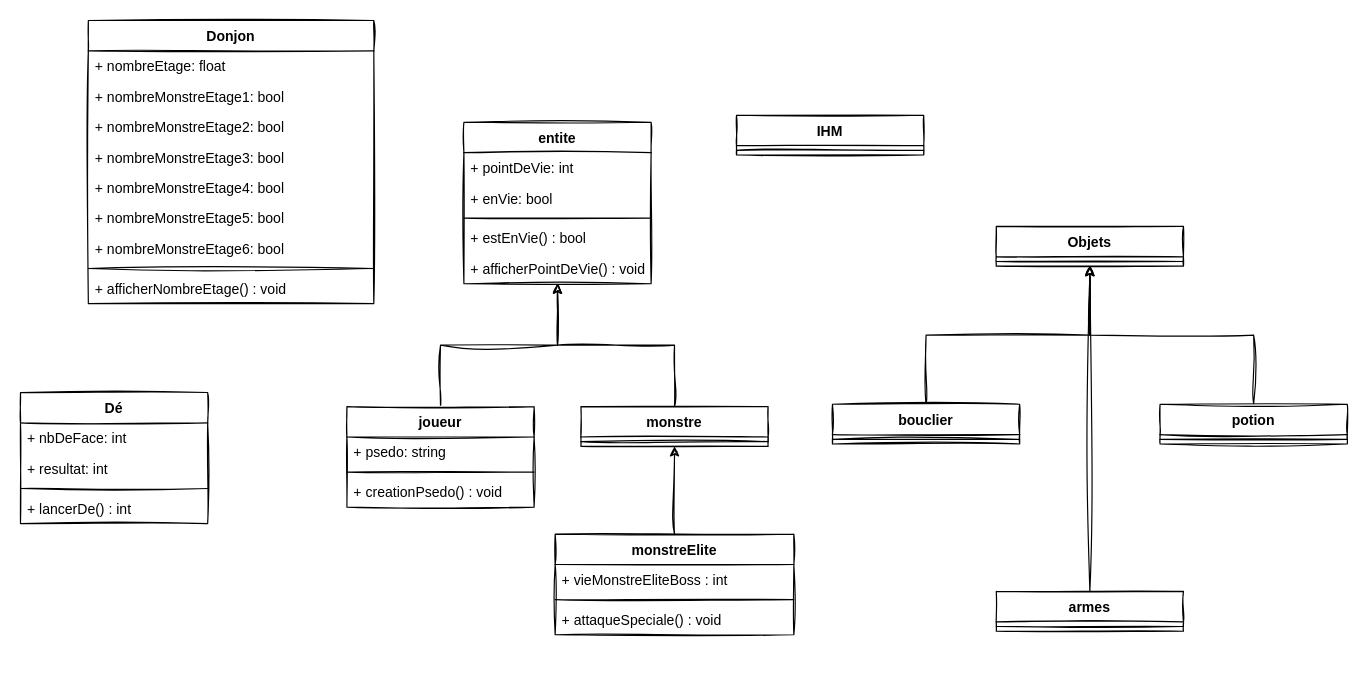
SimplementJohn/DungeonDragonTextual keeps this draw.io diagram as DungeonDragonTextual/diagramme.drawio. Above is the earlier version. Source tidied: cells renumbered, new cells numbered last; positions are measured from the earlier drawing's top-left corner, leaving out a move shared by most shapes. Both pictures are drawn from the tidied source at 117%, with x=0, y=0 at pixel (20, 20).
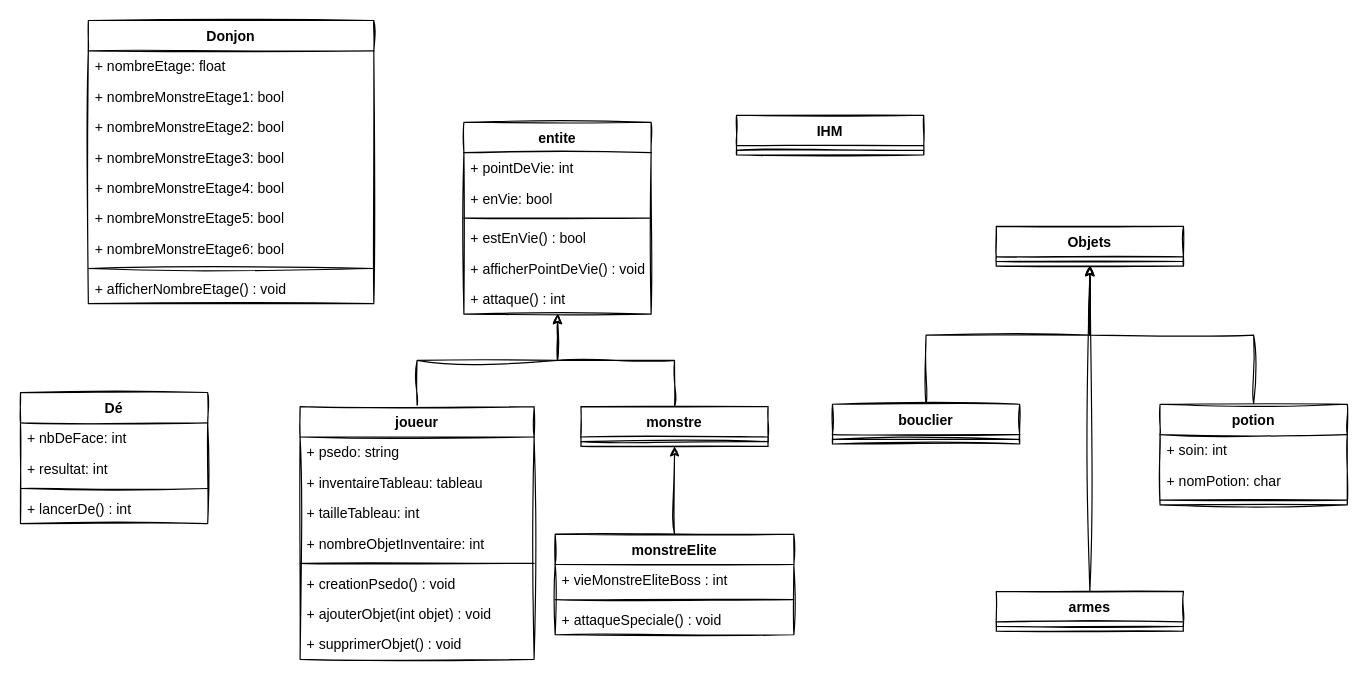
The same page after the edit.

Diff of the diagram source:
```diff
@@
     <mxCell id="3" value="joueur" style="swimlane;fontStyle=1;align=center;verticalAlign=top;horizontal=1;startSize=26;rounded=0;sketch=1;" parent="1" vertex="1">
-      <mxGeometry x="279" y="330" width="160" height="86" as="geometry" />
+      <mxGeometry x="239" y="330" width="200" height="216" as="geometry" />
     </mxCell>
     <mxCell id="4" value="+ psedo: string" style="text;strokeColor=none;fillColor=none;align=left;verticalAlign=top;spacingLeft=4;spacingRight=4;overflow=hidden;rounded=0;sketch=1;" parent="3" vertex="1">
-      <mxGeometry y="26" width="160" height="26" as="geometry" />
+      <mxGeometry y="26" width="200" height="26" as="geometry" />
     </mxCell>
+    <mxCell id="49" value="+ inventaireTableau: tableau&#10;" style="text;strokeColor=none;fillColor=none;align=left;verticalAlign=top;spacingLeft=4;spacingRight=4;overflow=hidden;rounded=0;sketch=1;" parent="3" vertex="1">
+      <mxGeometry y="52" width="200" height="26" as="geometry" />
+    </mxCell>
+    <mxCell id="50" value="+ tailleTableau: int&#10;" style="text;strokeColor=none;fillColor=none;align=left;verticalAlign=top;spacingLeft=4;spacingRight=4;overflow=hidden;rounded=0;sketch=1;" parent="3" vertex="1">
+      <mxGeometry y="78" width="200" height="26" as="geometry" />
+    </mxCell>
+    <mxCell id="51" value="+ nombreObjetInventaire: int&#10;" style="text;strokeColor=none;fillColor=none;align=left;verticalAlign=top;spacingLeft=4;spacingRight=4;overflow=hidden;rounded=0;sketch=1;" parent="3" vertex="1">
+      <mxGeometry y="104" width="200" height="26" as="geometry" />
+    </mxCell>
     <mxCell id="5" style="line;strokeWidth=1;fillColor=none;align=left;verticalAlign=middle;spacingTop=-1;spacingLeft=3;spacingRight=3;labelPosition=right;strokeColor=inherit;rounded=0;sketch=1;" parent="3" vertex="1">
-      <mxGeometry y="52" width="160" height="8" as="geometry" />
+      <mxGeometry y="130" width="200" height="8" as="geometry" />
     </mxCell>
     <mxCell id="6" value="+ creationPsedo() : void&#10;" style="text;strokeColor=none;fillColor=none;align=left;verticalAlign=top;spacingLeft=4;spacingRight=4;overflow=hidden;rounded=0;sketch=1;" parent="3" vertex="1">
-      <mxGeometry y="60" width="160" height="26" as="geometry" />
+      <mxGeometry y="138" width="200" height="26" as="geometry" />
     </mxCell>
+    <mxCell id="52" value="+ ajouterObjet(int objet) : void&#10;" style="text;strokeColor=none;fillColor=none;align=left;verticalAlign=top;spacingLeft=4;spacingRight=4;overflow=hidden;rounded=0;sketch=1;" parent="3" vertex="1">
+      <mxGeometry y="164" width="200" height="26" as="geometry" />
+    </mxCell>
+    <mxCell id="53" value="+ supprimerObjet() : void&#10;" style="text;strokeColor=none;fillColor=none;align=left;verticalAlign=top;spacingLeft=4;spacingRight=4;overflow=hidden;rounded=0;sketch=1;" parent="3" vertex="1">
+      <mxGeometry y="190" width="200" height="26" as="geometry" />
+    </mxCell>
     <mxCell id="7" value="entite" style="swimlane;fontStyle=1;align=center;verticalAlign=top;horizontal=1;startSize=26;rounded=0;sketch=1;" parent="1" vertex="1">
-      <mxGeometry x="379" y="87" width="160" height="138" as="geometry" />
+      <mxGeometry x="379" y="87" width="160" height="164" as="geometry" />
     </mxCell>
@@
+    <mxCell id="54" value="+ attaque() : int" style="text;strokeColor=none;fillColor=none;align=left;verticalAlign=top;spacingLeft=4;spacingRight=4;overflow=hidden;rounded=0;sketch=1;" parent="7" vertex="1">
+      <mxGeometry y="138" width="160" height="26" as="geometry" />
+    </mxCell>
@@
     <mxCell id="45" value="potion" style="swimlane;fontStyle=1;align=center;verticalAlign=top;horizontal=1;startSize=26;rounded=0;sketch=1;" parent="1" vertex="1">
-      <mxGeometry x="974" y="328" width="160" height="34" as="geometry" />
+      <mxGeometry x="974" y="328" width="160" height="86" as="geometry" />
     </mxCell>
+    <mxCell id="55" value="+ soin: int" style="text;strokeColor=none;fillColor=none;align=left;verticalAlign=top;spacingLeft=4;spacingRight=4;overflow=hidden;rounded=0;sketch=1;" parent="45" vertex="1">
+      <mxGeometry y="26" width="160" height="26" as="geometry" />
+    </mxCell>
+    <mxCell id="56" value="+ nomPotion: char" style="text;strokeColor=none;fillColor=none;align=left;verticalAlign=top;spacingLeft=4;spacingRight=4;overflow=hidden;rounded=0;sketch=1;" parent="45" vertex="1">
+      <mxGeometry y="52" width="160" height="26" as="geometry" />
+    </mxCell>
     <mxCell id="46" style="line;strokeWidth=1;fillColor=none;align=left;verticalAlign=middle;spacingTop=-1;spacingLeft=3;spacingRight=3;labelPosition=right;strokeColor=inherit;rounded=0;sketch=1;" parent="45" vertex="1">
-      <mxGeometry y="26" width="160" height="8" as="geometry" />
+      <mxGeometry y="78" width="160" height="8" as="geometry" />
     </mxCell>
```
